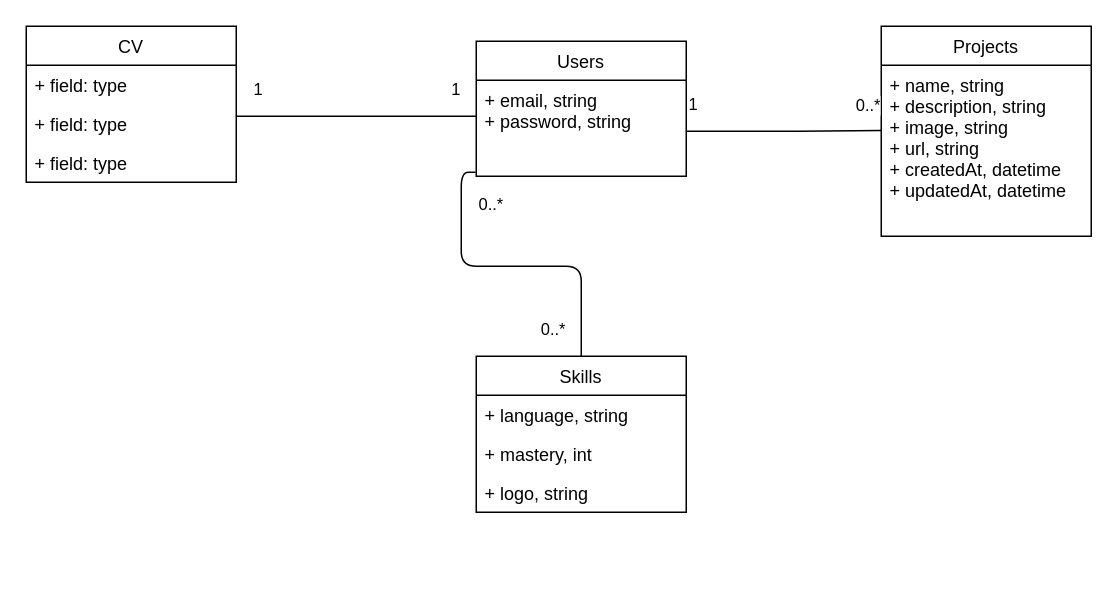
Above: .docs/uml/diagramme_de_classe.drawio in BigBen131283/portfolio (draw.io), before the change. Source tidied: cells renumbered, new cells numbered last; positions are measured from the earlier drawing's top-left corner, leaving out a move shared by most shapes. Both pictures are drawn from the tidied source at 150%, with x=0, y=0 at pixel (26, 26).
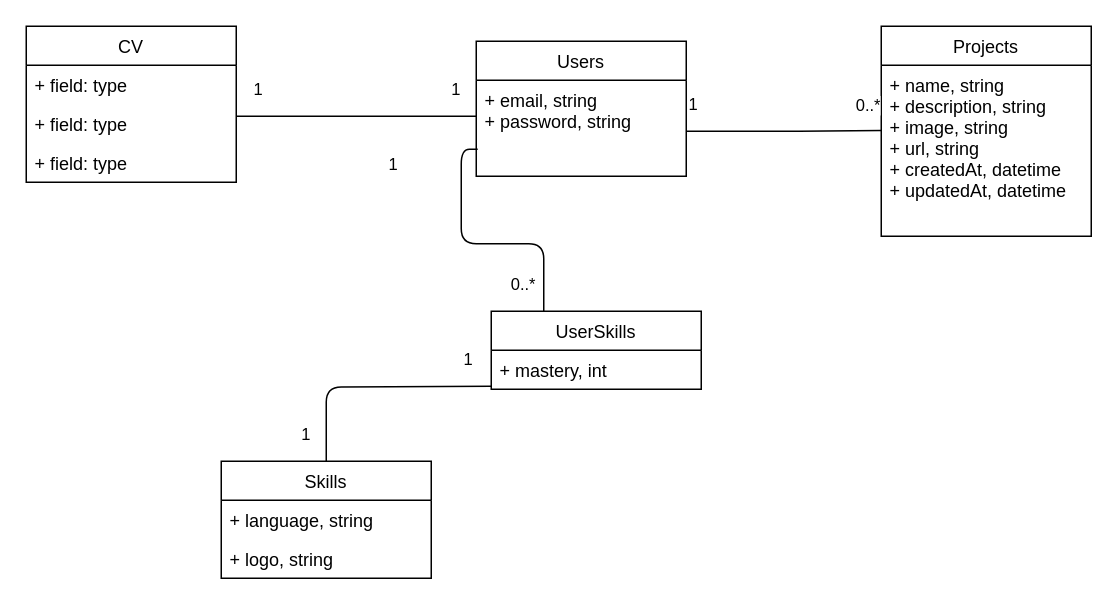
The same page after the edit.

The change refers to these unchanged cells:
```xml
<mxCell id="3" value="+ email, string&#10;+ password, string" style="text;strokeColor=none;fillColor=none;align=left;verticalAlign=top;spacingLeft=4;spacingRight=4;overflow=hidden;points=[[0,0.5],[1,0.5]];portConstraint=eastwest;" parent="2" vertex="1">
  <mxGeometry y="26" width="140" height="64" as="geometry" />
</mxCell>
```

The edit, as a diff of the source:
```diff
@@
     <mxCell id="6" value="Skills" style="swimlane;fontStyle=0;horizontal=1;startSize=26;fillColor=none;" parent="1" vertex="1">
-      <mxGeometry x="300" y="220" width="140" height="104" as="geometry" />
+      <mxGeometry x="130" y="290" width="140" height="78" as="geometry" />
     </mxCell>
@@
-    <mxCell id="8" value="+ mastery, int" style="text;strokeColor=none;fillColor=none;align=left;verticalAlign=top;spacingLeft=4;spacingRight=4;overflow=hidden;" parent="6" vertex="1">
-      <mxGeometry y="52" width="140" height="26" as="geometry" />
-    </mxCell>
     <mxCell id="9" value="+ logo, string" style="text;strokeColor=none;fillColor=none;align=left;verticalAlign=top;spacingLeft=4;spacingRight=4;overflow=hidden;" parent="6" vertex="1">
-      <mxGeometry y="78" width="140" height="26" as="geometry" />
+      <mxGeometry y="52" width="140" height="26" as="geometry" />
     </mxCell>
@@
-    <mxCell id="17" style="endArrow=none;html=1;edgeStyle=orthogonalEdgeStyle;entryX=0.5;entryY=0;entryDx=0;entryDy=0;exitX=-0.003;exitY=0.958;exitDx=0;exitDy=0;exitPerimeter=0;" parent="1" edge="1" source="3" target="6">
-      <mxGeometry relative="1" as="geometry" />
+    <mxCell id="17" style="endArrow=none;html=1;edgeStyle=orthogonalEdgeStyle;entryX=0.5;entryY=0;entryDx=0;entryDy=0;exitX=0;exitY=0.923;exitDx=0;exitDy=0;exitPerimeter=0;" parent="1" edge="1" target="6">
+      <mxGeometry relative="1" as="geometry">
+        <mxPoint x="310" y="240" as="sourcePoint" />
+      </mxGeometry>
     </mxCell>
-    <mxCell id="18" value="0..*" style="edgeLabel;html=1;align=left;verticalAlign=bottom;" parent="17" vertex="1">
+    <mxCell id="18" value="1" style="edgeLabel;html=1;align=left;verticalAlign=bottom;" parent="17" vertex="1">
       <mxGeometry x="-1" relative="1" as="geometry">
-        <mxPoint y="30" as="offset" />
+        <mxPoint x="-20" y="-10" as="offset" />
       </mxGeometry>
     </mxCell>
-    <mxCell id="19" value="0..*" style="edgeLabel;html=1;align=right;verticalAlign=bottom;" parent="17" vertex="1">
+    <mxCell id="19" value="1" style="edgeLabel;html=1;align=right;verticalAlign=bottom;" parent="17" vertex="1">
       <mxGeometry x="1" relative="1" as="geometry">
         <mxPoint x="-10" y="-10" as="offset" />
       </mxGeometry>
     </mxCell>
@@
+    <mxCell id="23" value="UserSkills" style="swimlane;fontStyle=0;horizontal=1;startSize=26;fillColor=none;" parent="1" vertex="1">
+      <mxGeometry x="310" y="190" width="140" height="52" as="geometry" />
+    </mxCell>
+    <mxCell id="8" value="+ mastery, int" style="text;strokeColor=none;fillColor=none;align=left;verticalAlign=top;spacingLeft=4;spacingRight=4;overflow=hidden;" parent="23" vertex="1">
+      <mxGeometry y="26" width="140" height="26" as="geometry" />
+    </mxCell>
+    <mxCell id="24" style="endArrow=none;html=1;edgeStyle=orthogonalEdgeStyle;exitX=0.007;exitY=0.719;exitDx=0;exitDy=0;exitPerimeter=0;entryX=0.25;entryY=0;entryDx=0;entryDy=0;" parent="1" edge="1" source="3" target="23">
+      <mxGeometry relative="1" as="geometry" />
+    </mxCell>
+    <mxCell id="25" value="1" style="edgeLabel;html=1;align=left;verticalAlign=bottom;" parent="24" vertex="1">
+      <mxGeometry x="-1" relative="1" as="geometry">
+        <mxPoint x="-61" y="18" as="offset" />
+      </mxGeometry>
+    </mxCell>
+    <mxCell id="26" value="0..*" style="edgeLabel;html=1;align=right;verticalAlign=bottom;" parent="24" vertex="1">
+      <mxGeometry x="1" relative="1" as="geometry">
+        <mxPoint x="-5" y="-10" as="offset" />
+      </mxGeometry>
+    </mxCell>
```
